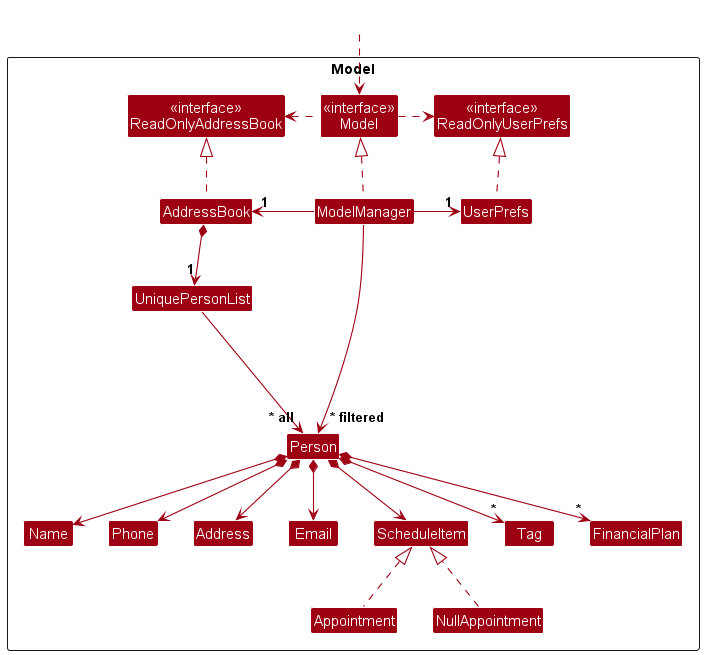
This is docs/images/ModelClassDiagram.png from nus-cs2103-AY2324S1/tp, a PlantUML export, as it was before one commit. Source of this version:
```plantuml
@startuml
!include style.puml
skinparam arrowThickness 1.1
skinparam arrowColor MODEL_COLOR
skinparam classBackgroundColor MODEL_COLOR

Package Model as ModelPackage <<Rectangle>>{
Class "<<interface>>\nReadOnlyAddressBook" as ReadOnlyAddressBook
Class "<<interface>>\nReadOnlyUserPrefs" as ReadOnlyUserPrefs
Class "<<interface>>\nModel" as Model
Class AddressBook
Class ModelManager
Class UserPrefs

Class UniquePersonList
Class Person
Class Address
Class Email
Class Name
Class Phone
Class Tag
Class FinancialPlan
Class ScheduleItem
Class NullAppointment
Class Appointment

Class I #FFFFFF
}

Class HiddenOutside #FFFFFF
HiddenOutside ..> Model

AddressBook .up.|> ReadOnlyAddressBook

ModelManager .up.|> Model
Model .right.> ReadOnlyUserPrefs
Model .left.> ReadOnlyAddressBook
ModelManager -left-> "1" AddressBook
ModelManager -right-> "1" UserPrefs
UserPrefs .up.|> ReadOnlyUserPrefs

AddressBook *--> "1" UniquePersonList
UniquePersonList --> "~* all" Person
Person *--> Name
Person *--> Phone
Person *--> Email
Person *--> Address
Person *--> "*" Tag
Person *--> "*" FinancialPlan
Person *--> ScheduleItem

Appointment .up.|> ScheduleItem
NullAppointment .-|> ScheduleItem

Person -[hidden]up--> I
UniquePersonList -[hidden]right-> I

Name -[hidden]right-> Phone
Phone -[hidden]right-> Address
Address -[hidden]right-> Email
Appointment -[hidden]right-> NullAppointment

ModelManager --> "~* filtered" Person
@enduml
```
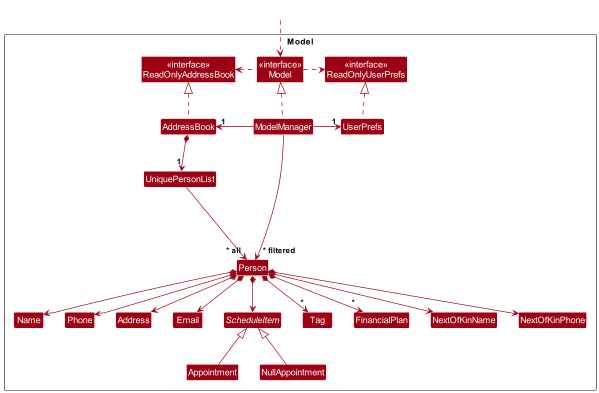
Above is the later version.

Commit message:
Update mistakes in ModelClass Diagram

Change to the diagram source:
```diff
@@ -20,10 +20,11 @@
 Class Phone
 Class Tag
 Class FinancialPlan
-Class ScheduleItem
+abstract Class ScheduleItem
 Class NullAppointment
 Class Appointment
-
+Class NextOfKinName
+Class NextOfKinPhone
 Class I #FFFFFF
 }
 
@@ -48,9 +49,11 @@
 Person *--> "*" Tag
 Person *--> "*" FinancialPlan
 Person *--> ScheduleItem
+Person *--> NextOfKinName
+Person *--> NextOfKinPhone
 
-Appointment .up.|> ScheduleItem
-NullAppointment .-|> ScheduleItem
+Appointment -up-|> ScheduleItem
+NullAppointment --|> ScheduleItem
 
 Person -[hidden]up--> I
 UniquePersonList -[hidden]right-> I
```
